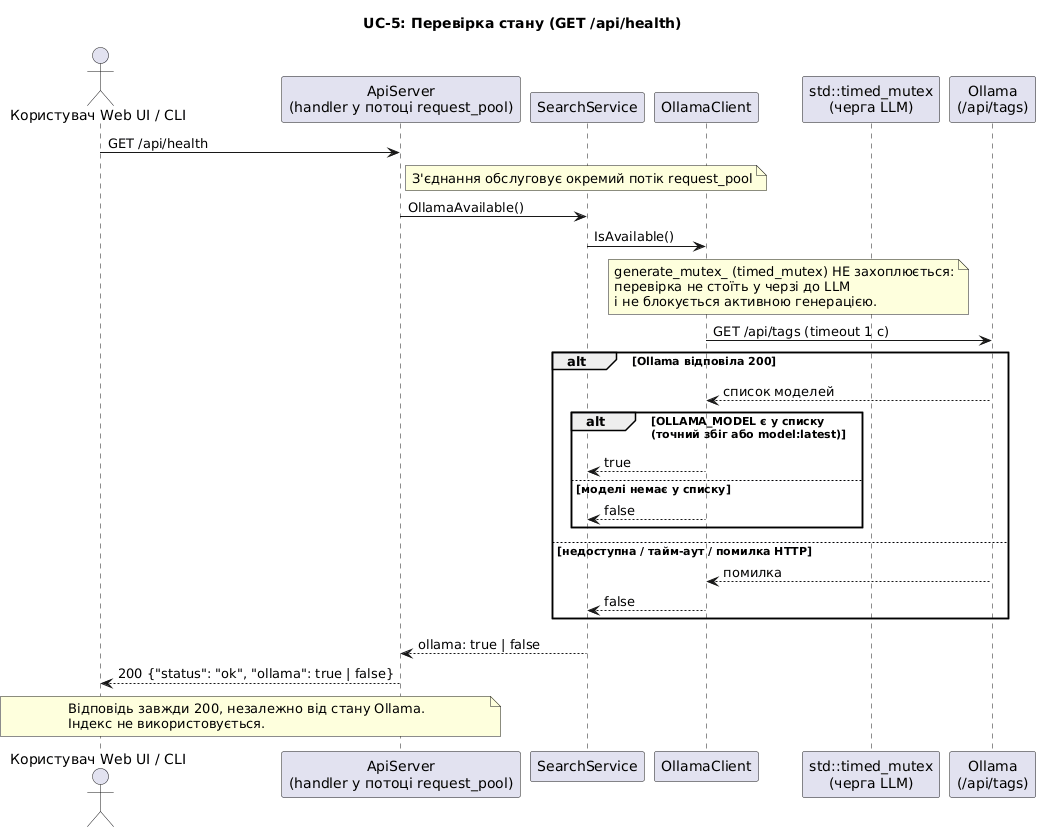
The PlantUML diagram docs/uml/sequence_uc5_health.png in DariaMelnyk0206/course_work_parallel_computing, before a commit.
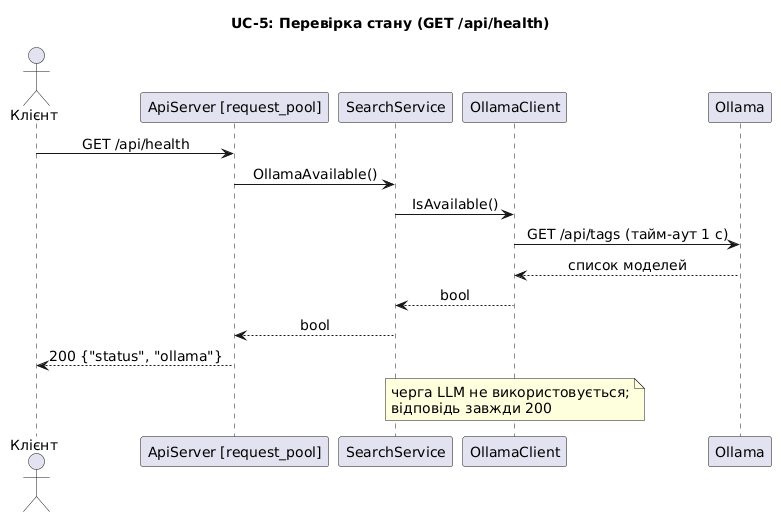
Later version of the same file.

The edit, as a diff of the source:
```diff
@@ -1,40 +1,21 @@
 @startuml sequence_uc5_health
 title UC-5: Перевірка стану (GET /api/health)
-skinparam responseMessageBelowArrow true
-actor "Користувач Web UI / CLI" as User
-participant "ApiServer\n(handler у потоці request_pool)" as Api
-participant "SearchService" as Svc
-participant "OllamaClient" as Ollama
-participant "std::timed_mutex\n(черга LLM)" as Mtx
-participant "Ollama\n(/api/tags)" as Llm
-
-User -> Api : GET /api/health
-note right of Api
-  З'єднання обслуговує окремий потік request_pool
-end note
-Api -> Svc : OllamaAvailable()
-Svc -> Ollama : IsAvailable()
-note over Ollama, Mtx
-  generate_mutex_ (timed_mutex) НЕ захоплюється:
-  перевірка не стоїть у черзі до LLM
-  і не блокується активною генерацією.
-end note
-Ollama -> Llm : GET /api/tags (timeout 1 с)
-alt Ollama відповіла 200
-  Llm --> Ollama : список моделей
-  alt OLLAMA_MODEL є у списку\n(точний збіг або model:latest)
-    Ollama --> Svc : true
-  else моделі немає у списку
-    Ollama --> Svc : false
-  end
-else недоступна / тайм-аут / помилка HTTP
-  Llm --> Ollama : помилка
-  Ollama --> Svc : false
-end
-Svc --> Api : ollama: true | false
-Api --> User : 200 {"status": "ok", "ollama": true | false}
-note over User, Api
-  Відповідь завжди 200, незалежно від стану Ollama.
-  Індекс не використовується.
-end note
+skinparam shadowing false
+skinparam sequenceMessageAlign center
+skinparam defaultFontSize 14
+skinparam maxMessageSize 260
+actor "Клієнт" as C
+participant "ApiServer [request_pool]" as A
+participant SearchService as S
+participant OllamaClient as O
+participant Ollama as L
+C -> A : GET /api/health
+A -> S : OllamaAvailable()
+S -> O : IsAvailable()
+O -> L : GET /api/tags (тайм-аут 1 с)
+L --> O : список моделей
+O --> S : bool
+S --> A : bool
+A --> C : 200 {"status", "ollama"}
+note over O : черга LLM не використовується;\nвідповідь завжди 200
 @enduml
```
